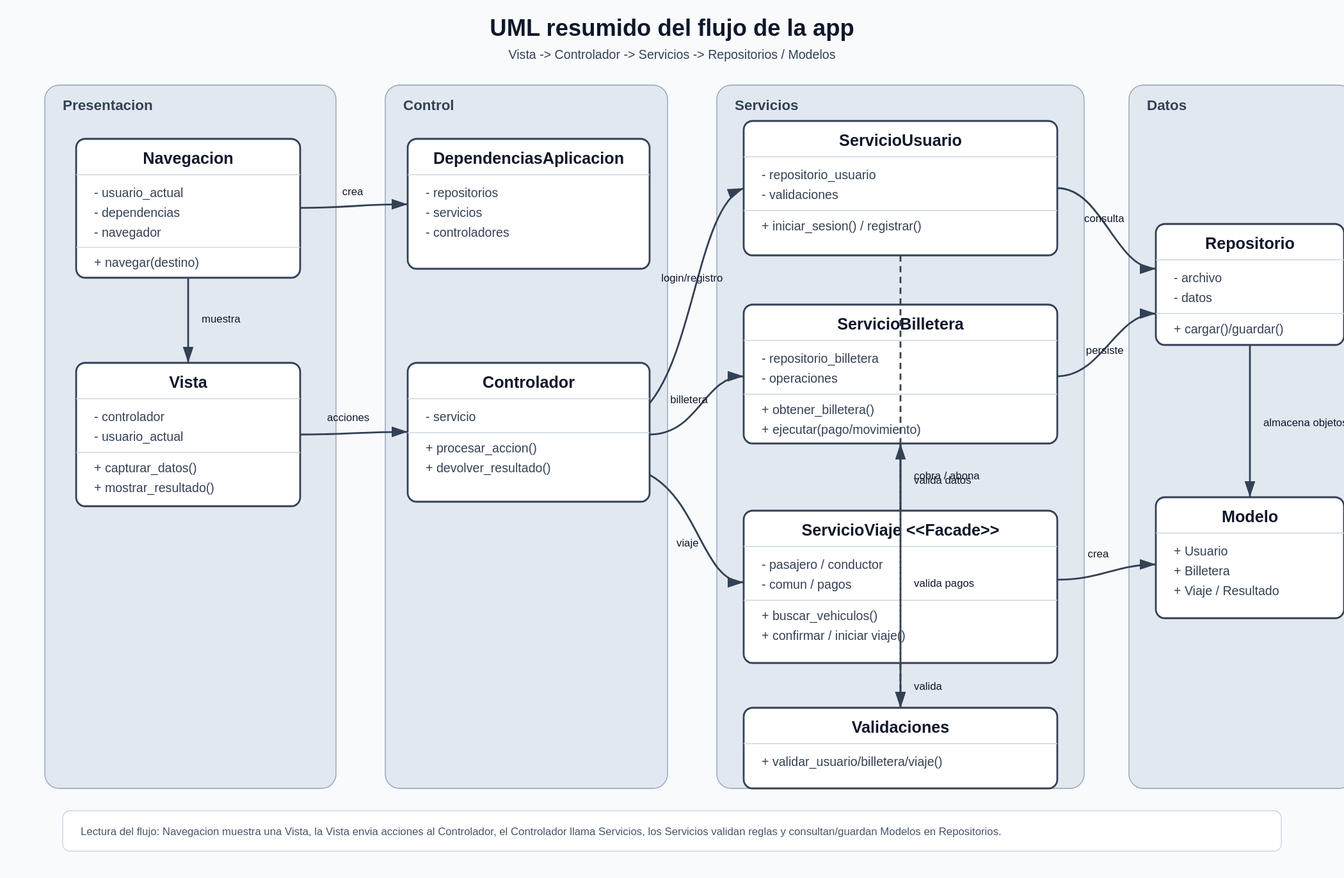
Above: uml_flujo_app_10_clases.svg in Adolfolv/Proyecto-TPA (PlantUML), before the change. Its source is kept beside it as uml_flujo_app_10_clases.puml. Its diagram source:
```plantuml
@startuml
skinparam classAttributeIconSize 0
title UML flujo app - maximo 10 clases

class Navegacion {
  -usuario_actual
  -dependencias
  -navegador
  +iniciar()
  +navegar(destino)
  +establecer_usuario_actual(usuario)
  +obtener_usuario_actual()
}

class DependenciasAplicacion {
  -repositorios
  -servicios
  -controladores
  +__init__()
}

class Vista {
  -controlador
  -usuario_actual
  +mostrar_pantalla()
  +capturar_datos()
  +mostrar_resultado()
}

class Controlador {
  -servicio
  +procesar_accion()
  +devolver_resultado()
}

class ServicioUsuario {
  -repositorio_usuario
  -fabrica_usuario
  -validaciones
  +iniciar_sesion(correo, contrasena)
  +registrar_pasajero(datos)
  +registrar_conductor(datos)
}

class ServicioBilletera {
  -repositorio_billetera
  -operaciones
  +obtener_billetera(usuario)
  +agregar_tarjeta(...)
  +mover_saldo(...)
  +ejecutar(nombre_operacion, usuario, monto)
}

class ServicioViaje <<Facade>> {
  -servicio_pasajero
  -servicio_conductor
  -servicio_comun
  -servicio_pagos
  +buscar_vehiculos(...)
  +confirmar_viaje_pasajero(...)
  +buscar_pasajeros(...)
  +iniciar_viaje_conductor(...)
}

class Repositorio {
  -archivo
  -datos
  +cargar()
  +guardar()
  +listar()
  +obtener()
}

class Modelo {
  +datos
}

class Validaciones {
  +validar_usuario()
  +validar_billetera()
  +validar_viaje()
}

Navegacion *-- DependenciasAplicacion
Navegacion --> Vista : muestra pantallas
DependenciasAplicacion *-- Controlador
DependenciasAplicacion *-- ServicioUsuario
DependenciasAplicacion *-- ServicioBilletera
DependenciasAplicacion *-- ServicioViaje
DependenciasAplicacion *-- Repositorio

Vista --> Controlador : envia acciones del usuario
Controlador --> ServicioUsuario : login / registro
Controlador --> ServicioBilletera : tarjetas / saldo
Controlador --> ServicioViaje : busqueda / viaje

ServicioUsuario --> Repositorio : guarda y consulta usuarios
ServicioBilletera --> Repositorio : guarda y consulta billeteras
ServicioViaje --> ServicioBilletera : cobra / abona pagos

ServicioUsuario --> Validaciones
ServicioBilletera --> Validaciones
ServicioViaje --> Validaciones

Repositorio --> Modelo : persiste objetos
ServicioUsuario --> Modelo : crea usuarios
ServicioBilletera --> Modelo : crea billeteras / tarjetas
ServicioViaje --> Modelo : crea viajes / resultados

@enduml
```
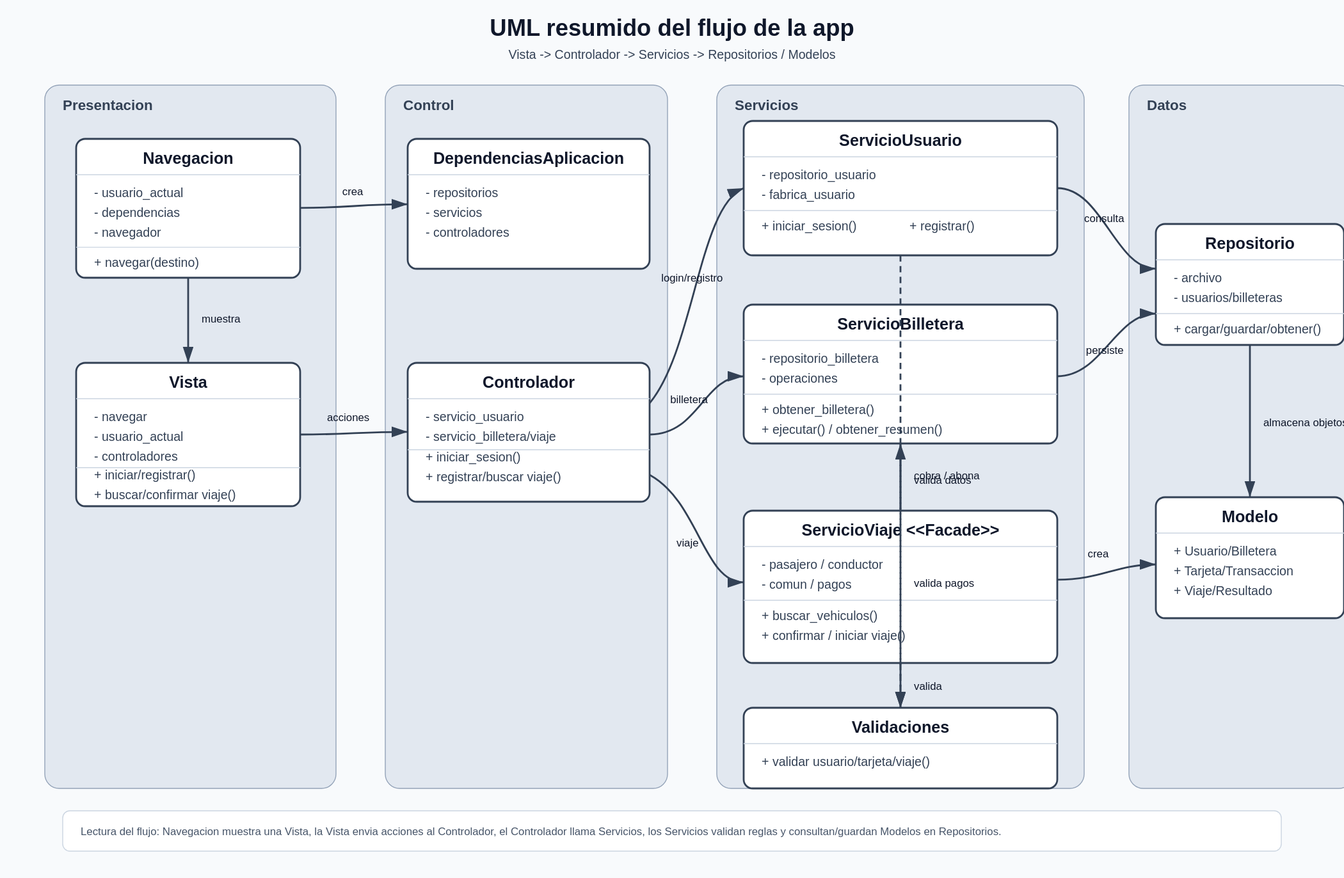
After the change.

Change to the diagram source:
```diff
@@ -20,23 +20,32 @@
 }
 
 class Vista {
-  -controlador
+  -navegar
   -usuario_actual
-  +mostrar_pantalla()
-  +capturar_datos()
-  +mostrar_resultado()
+  -controladores
+  +iniciar_sesion()
+  +registrar()
+  +actualizar_billetera()
+  +buscar_vehiculos()
+  +confirmar_viaje()
 }
 
 class Controlador {
-  -servicio
-  +procesar_accion()
-  +devolver_resultado()
+  -servicio_usuario
+  -servicio_billetera
+  -servicio_viaje
+  +iniciar_sesion(correo, contrasena)
+  +registrar_pasajero(datos)
+  +obtener_resumen(usuario)
+  +buscar_vehiculos_pasajero(...)
+  +iniciar_viaje_conductor(...)
 }
 
 class ServicioUsuario {
   -repositorio_usuario
   -fabrica_usuario
-  -validaciones
+  -validaciones_usuario
+  -validaciones_conductor
   +iniciar_sesion(correo, contrasena)
   +registrar_pasajero(datos)
   +registrar_conductor(datos)
@@ -46,8 +55,8 @@
   -repositorio_billetera
   -operaciones
   +obtener_billetera(usuario)
-  +agregar_tarjeta(...)
-  +mover_saldo(...)
+  +obtener_resumen(usuario)
+  +guardar(usuario, billetera)
   +ejecutar(nombre_operacion, usuario, monto)
 }
 
@@ -64,21 +73,30 @@
 
 class Repositorio {
   -archivo
-  -datos
+  -usuarios
+  -billeteras
+  -cargado
   +cargar()
   +guardar()
   +listar()
-  +obtener()
+  +obtener(usuario)
+  +guardar_por_usuario(id_usuario, billetera)
 }
 
 class Modelo {
-  +datos
+  +Usuario / Pasajero / Conductor
+  +Billetera / Tarjetas / Transaccion
+  +VehiculoDisponible
+  +PasajeroEncontrado
+  +Viaje / ResultadoViaje
 }
 
 class Validaciones {
-  +validar_usuario()
-  +validar_billetera()
-  +validar_viaje()
+  +validar(usuario, confirmar_contrasena)
+  +validar_busqueda_vehiculos(...)
+  +validar_pago_pasajero(servicio_billetera, usuario)
+  +validar_abono_conductor(servicio_billetera, usuario)
+  +validar_tarjeta(...)
 }
 
 Navegacion *-- DependenciasAplicacion
```
